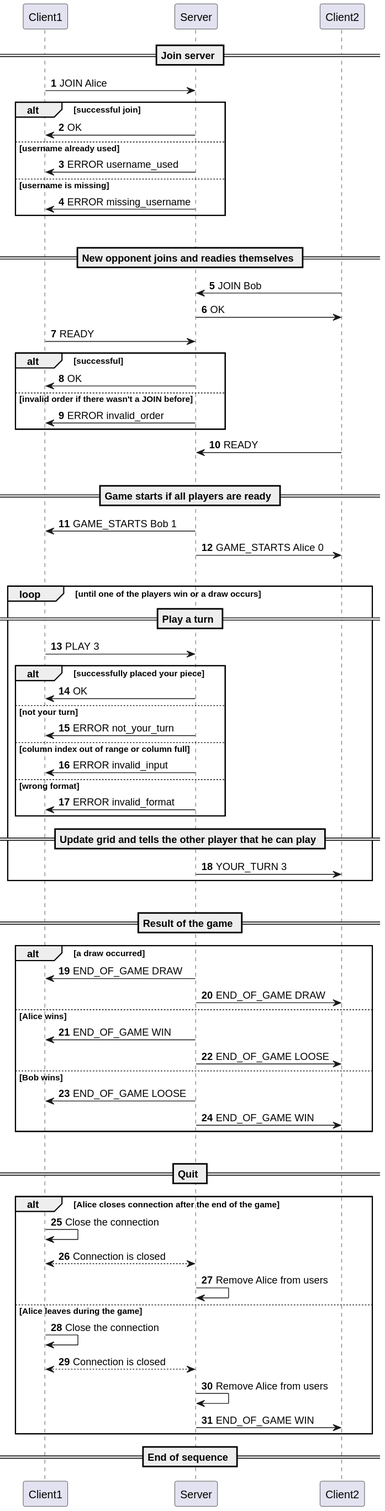
This is docs/appProtocol/diag_protocol.svg from Tigid0u/connect-4, a PlantUML export, as it was before one commit.
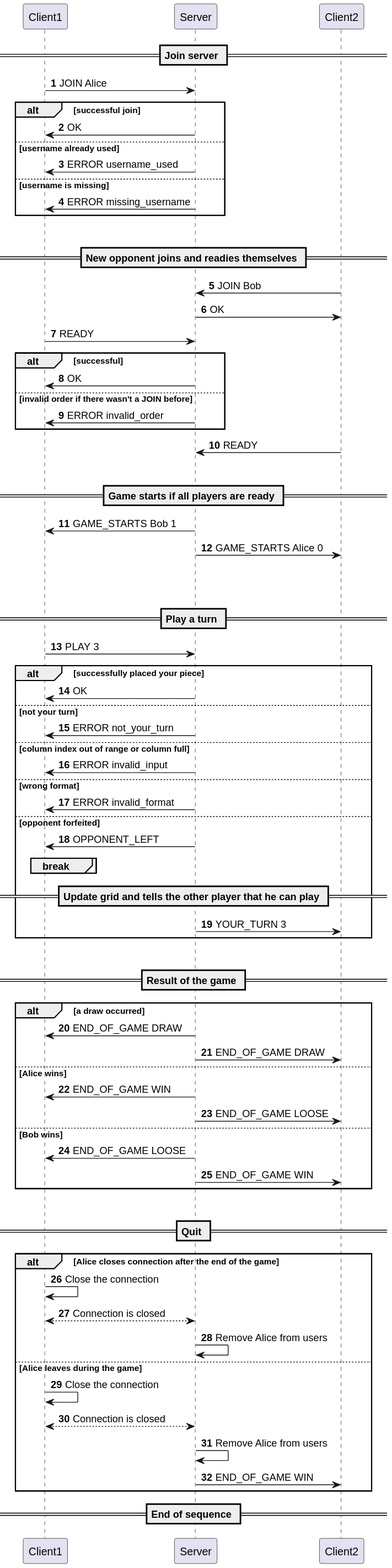
After the change.

Commit message:
Add PING command for connection keep-alive and handle opponent forfeit

What changed in the source:
```diff
@@ -48,7 +48,7 @@
 
 |||
 
-loop until one of the players win or a draw occurs
+loop until one of the players win, a draw occurs or a player forfeits
     == Play a turn ==
 
     Client1 -> Server: PLAY 3
@@ -68,6 +68,11 @@
     else wrong format
 
         Server -> Client1: ERROR invalid_format
+
+    else opponent forfeited
+
+        Server -> Client1: OPPONENT_LEFT
+        break
 
     end
 
```
